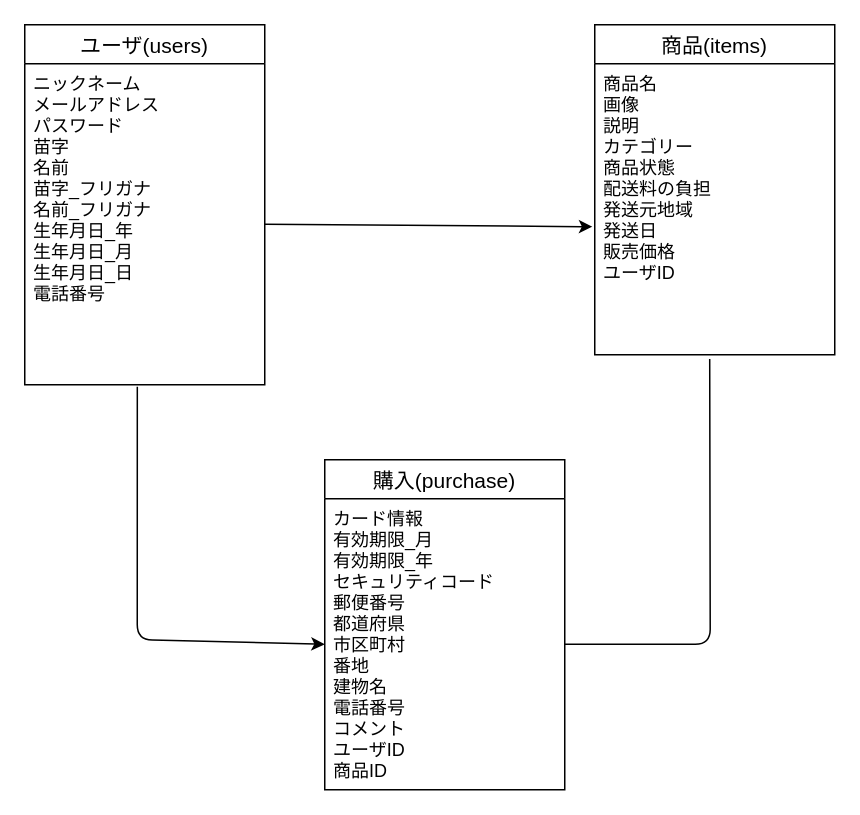
Above: furima_test.dio in taiga-kishimoto-2233/furima-30343 (draw.io), before the change. Source tidied: cells renumbered, new cells numbered last; positions are measured from the earlier drawing's top-left corner, leaving out a move shared by most shapes. Both pictures are drawn from the tidied source at 150%, with x=0, y=0 at pixel (24, 24).
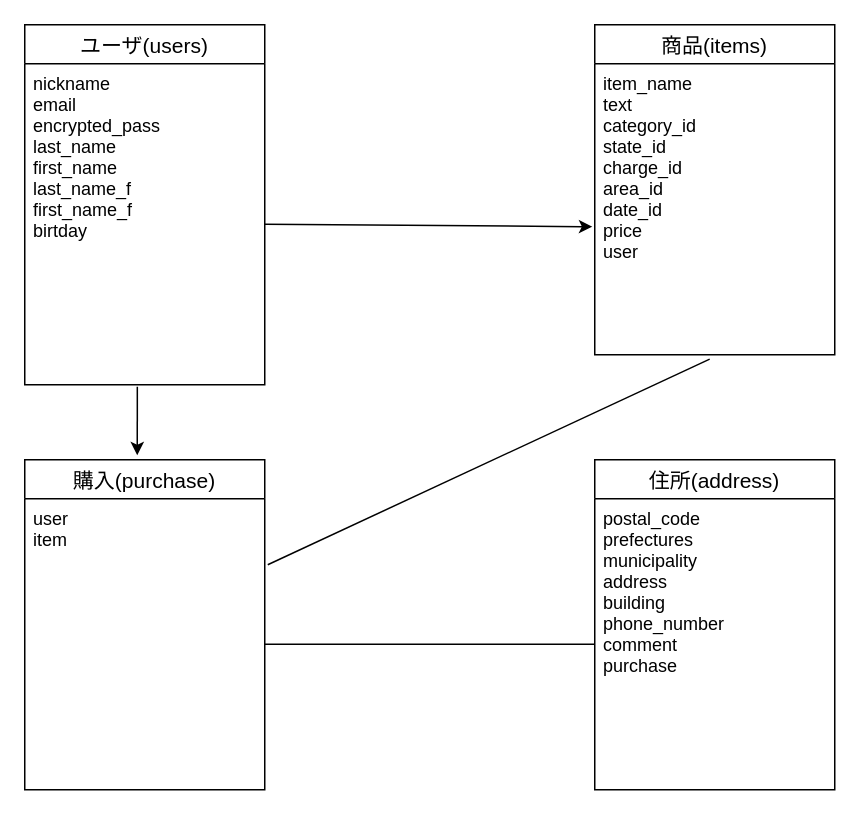
The same diagram, later.

Diff of the diagram source:
```diff
@@
 <mxGraphModel>
   <root>
     <mxCell id="0" />
     <mxCell id="1" parent="0" />
     <mxCell id="2" value="ユーザ(users)" style="swimlane;fontStyle=0;horizontal=1;startSize=26;align=center;fontSize=14;" parent="1" vertex="1">
       <mxGeometry width="160" height="240" as="geometry" />
     </mxCell>
-    <mxCell id="3" value="ニックネーム&#10;メールアドレス&#10;パスワード&#10;苗字&#10;名前&#10;苗字_フリガナ&#10;名前_フリガナ&#10;生年月日_年&#10;生年月日_月&#10;生年月日_日&#10;電話番号 " style="text;strokeColor=none;fillColor=none;spacingLeft=4;spacingRight=4;overflow=hidden;points=[[0,0.5],[1,0.5]];portConstraint=eastwest;fontSize=12;" parent="2" vertex="1">
+    <mxCell id="3" value="nickname     &#10;email &#10;encrypted_pass&#10;last_name         &#10;first_name        &#10;last_name_f      &#10;first_name_f     &#10;birtday     " style="text;strokeColor=none;fillColor=none;spacingLeft=4;spacingRight=4;overflow=hidden;points=[[0,0.5],[1,0.5]];portConstraint=eastwest;fontSize=12;" parent="2" vertex="1">
       <mxGeometry y="26" width="160" height="214" as="geometry" />
     </mxCell>
     <mxCell id="4" value="商品(items)" style="swimlane;fontStyle=0;horizontal=1;startSize=26;align=center;fontSize=14;" parent="1" vertex="1">
       <mxGeometry x="380" width="160" height="220" as="geometry" />
     </mxCell>
-    <mxCell id="5" value="商品名&#10;画像&#10;説明&#10;カテゴリー&#10;商品状態&#10;配送料の負担&#10;発送元地域&#10;発送日&#10;販売価格&#10;ユーザID" style="text;strokeColor=none;fillColor=none;spacingLeft=4;spacingRight=4;overflow=hidden;points=[[0,0.5],[1,0.5]];portConstraint=eastwest;fontSize=12;" parent="4" vertex="1">
+    <mxCell id="5" value="item_name   &#10;text&#10;category_id&#10;state_id    &#10;charge_id &#10;area_id     &#10;date_id     &#10;price   &#10;user    " style="text;strokeColor=none;fillColor=none;spacingLeft=4;spacingRight=4;overflow=hidden;points=[[0,0.5],[1,0.5]];portConstraint=eastwest;fontSize=12;" parent="4" vertex="1">
       <mxGeometry y="26" width="160" height="194" as="geometry" />
     </mxCell>
     <mxCell id="6" value="購入(purchase)" style="swimlane;fontStyle=0;horizontal=1;startSize=26;align=center;fontSize=14;" parent="1" vertex="1">
-      <mxGeometry x="200" y="290" width="160" height="220" as="geometry" />
+      <mxGeometry y="290" width="160" height="220" as="geometry" />
     </mxCell>
-    <mxCell id="7" value="カード情報&#10;有効期限_月&#10;有効期限_年&#10;セキュリティコード&#10;郵便番号&#10;都道府県&#10;市区町村&#10;番地&#10;建物名&#10;電話番号&#10;コメント&#10;ユーザID&#10;商品ID" style="text;strokeColor=none;fillColor=none;spacingLeft=4;spacingRight=4;overflow=hidden;points=[[0,0.5],[1,0.5]];portConstraint=eastwest;fontSize=12;" parent="6" vertex="1">
+    <mxCell id="7" value="user   &#10;item     " style="text;strokeColor=none;fillColor=none;spacingLeft=4;spacingRight=4;overflow=hidden;points=[[0,0.5],[1,0.5]];portConstraint=eastwest;fontSize=12;" parent="6" vertex="1">
       <mxGeometry y="26" width="160" height="194" as="geometry" />
     </mxCell>
-    <mxCell id="8" style="endArrow=classic;html=1;exitX=0.469;exitY=1.006;exitDx=0;exitDy=0;exitPerimeter=0;entryX=0;entryY=0.5;entryDx=0;entryDy=0;" parent="1" edge="1" source="3" target="7">
+    <mxCell id="8" style="endArrow=classic;html=1;exitX=0.469;exitY=1.006;exitDx=0;exitDy=0;exitPerimeter=0;" parent="1" edge="1" source="3">
       <mxGeometry relative="1" as="geometry">
-        <Array as="points">
-          <mxPoint x="75" y="410" />
-        </Array>
+        <mxPoint x="75" y="287" as="targetPoint" />
       </mxGeometry>
     </mxCell>
     <mxCell id="9" style="endArrow=classic;html=1;exitX=1;exitY=0.5;exitDx=0;exitDy=0;entryX=-0.01;entryY=0.56;entryDx=0;entryDy=0;entryPerimeter=0;" parent="1" edge="1" source="3" target="5">
       <mxGeometry relative="1" as="geometry" />
     </mxCell>
-    <mxCell id="10" style="endArrow=none;html=1;entryX=0.479;entryY=1.015;entryDx=0;entryDy=0;entryPerimeter=0;exitX=1;exitY=0.5;exitDx=0;exitDy=0;" parent="1" edge="1" source="7" target="5">
+    <mxCell id="10" style="endArrow=none;html=1;entryX=0.479;entryY=1.015;entryDx=0;entryDy=0;entryPerimeter=0;" parent="1" edge="1" target="5">
       <mxGeometry relative="1" as="geometry">
-        <Array as="points">
-          <mxPoint x="457" y="413" />
-        </Array>
+        <mxPoint x="162" y="360" as="sourcePoint" />
       </mxGeometry>
     </mxCell>
+    <mxCell id="11" value="住所(address)" style="swimlane;fontStyle=0;horizontal=1;startSize=26;align=center;fontSize=14;" parent="1" vertex="1">
+      <mxGeometry x="380" y="290" width="160" height="220" as="geometry" />
+    </mxCell>
+    <mxCell id="12" value="postal_code  &#10;prefectures   &#10;municipality  &#10;address      &#10;building     &#10;phone_number  &#10;comment     &#10;purchase    " style="text;strokeColor=none;fillColor=none;spacingLeft=4;spacingRight=4;overflow=hidden;points=[[0,0.5],[1,0.5]];portConstraint=eastwest;fontSize=12;" parent="11" vertex="1">
+      <mxGeometry y="26" width="160" height="194" as="geometry" />
+    </mxCell>
+    <mxCell id="13" style="endArrow=none;html=1;entryX=0;entryY=0.5;entryDx=0;entryDy=0;exitX=1;exitY=0.5;exitDx=0;exitDy=0;" parent="1" edge="1" source="7" target="12">
+      <mxGeometry relative="1" as="geometry" />
+    </mxCell>
   </root>
 </mxGraphModel>
```
